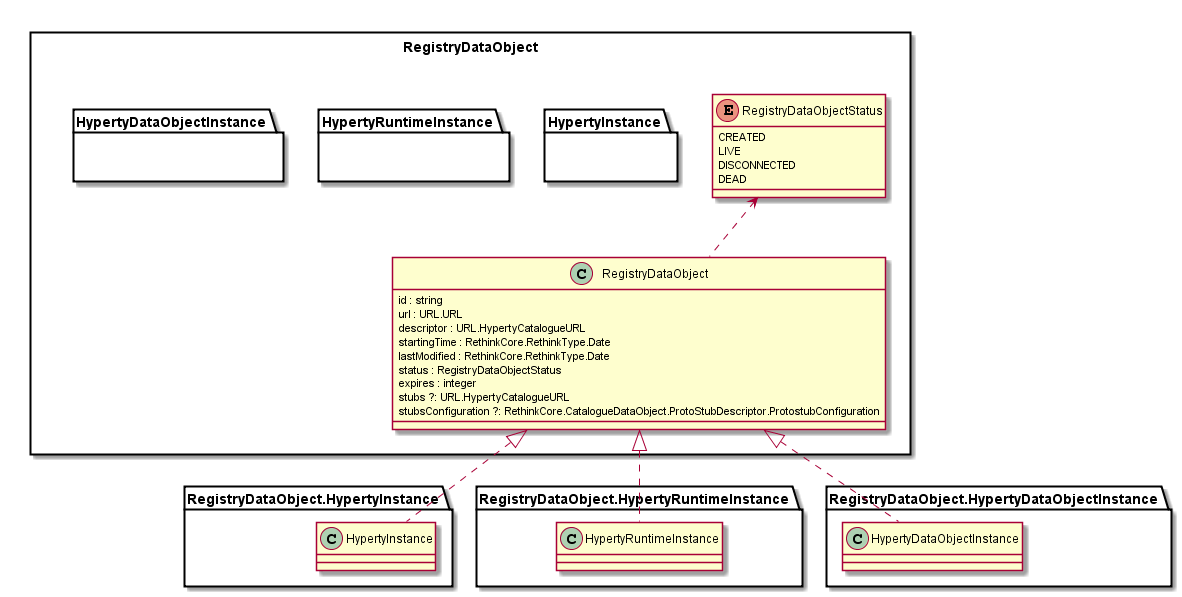
reTHINK-project/dev-service-framework keeps this PlantUML diagram as docs/datamodel/core/hyperty-registry/Registry-Data-Object.png. Above is the earlier version.
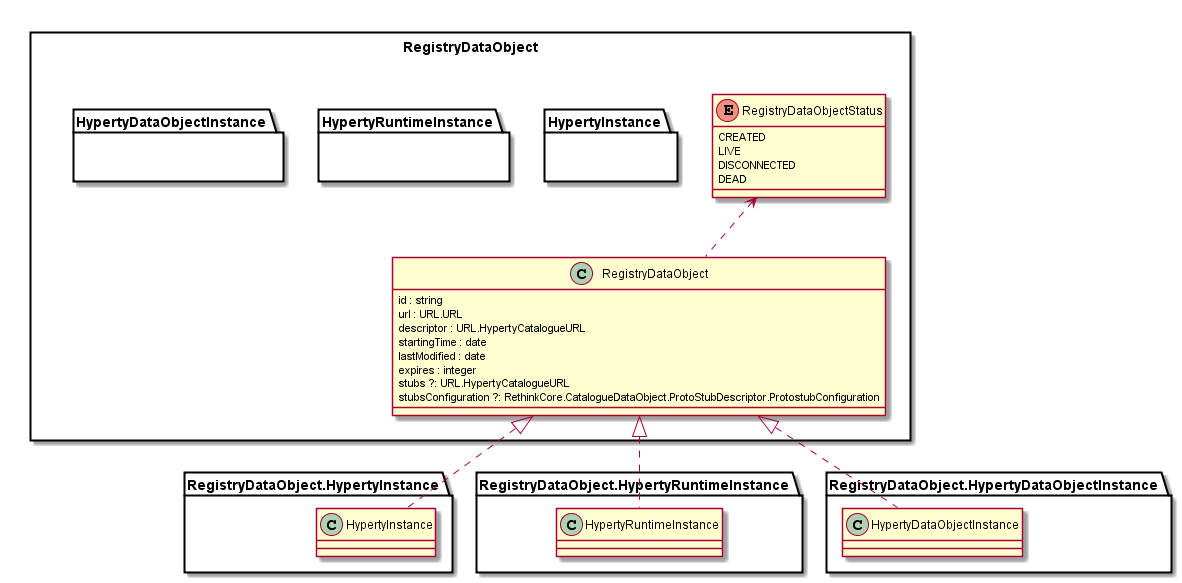
The same file after the commit.

Diff of the diagram source:
```diff
@@ -6,9 +6,8 @@
 		id : string
 		url : URL.URL
 		descriptor : URL.HypertyCatalogueURL
-		startingTime : RethinkCore.RethinkType.Date
-		lastModified : RethinkCore.RethinkType.Date
-		status : RegistryDataObjectStatus
+		startingTime : date
+		lastModified : date
 		expires : integer
 		stubs ?: URL.HypertyCatalogueURL
 		stubsConfiguration ?: RethinkCore.CatalogueDataObject.ProtoStubDescriptor.ProtostubConfiguration
```
